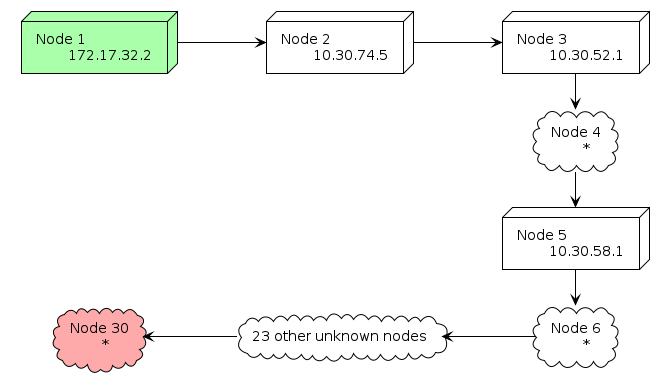
Above: assignment-5/images/part4.plantuml.png in zachporter1999/SYSC4602-Assignments (PlantUML), before the change. The source it was exported from:
```plantuml
@startuml

left to right direction
!theme plain

node  node1    as "Node 1\n\t172.17.32.2" #aaffaa
node  node2    as "Node 2\n\t10.30.74.5"
node  node3    as "Node 3\n\t10.30.52.1"
cloud node4    as "Node 4\n\t*"
node  node5    as "Node 5\n\t10.30.58.1"
cloud node6    as "Node 6\n\t*"
cloud node7_29 as "23 other unknown nodes"
cloud node30   as "Node 30\n\t*" #ffaaaa

node1 --> node2
node2 --> node3
node3 -r-> node4
node4 -r-> node5
node5 -r-> node6
node6 -u-> node7_29
node7_29 -u-> node30

@enduml
```
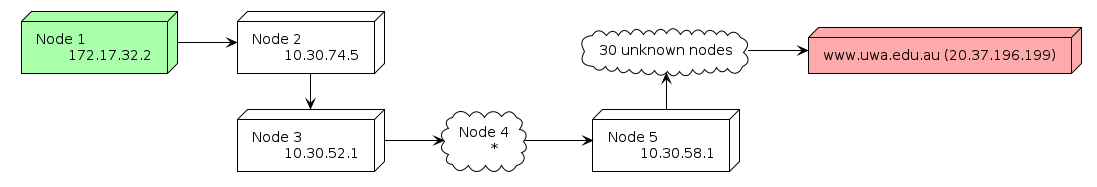
After the commit.

Diff of the diagram source:
```diff
@@ -8,16 +8,14 @@
 node  node3    as "Node 3\n\t10.30.52.1"
 cloud node4    as "Node 4\n\t*"
 node  node5    as "Node 5\n\t10.30.58.1"
-cloud node6    as "Node 6\n\t*"
-cloud node7_29 as "23 other unknown nodes"
-cloud node30   as "Node 30\n\t*" #ffaaaa
+cloud node6_30 as "30 unknown nodes"
+node  node31   as "www.uwa.edu.au (20.37.196.199)" #ffaaaa
 
-node1 --> node2
-node2 --> node3
-node3 -r-> node4
-node4 -r-> node5
-node5 -r-> node6
-node6 -u-> node7_29
-node7_29 -u-> node30
+node1    --> node2
+node2    -r-> node3
+node3    --> node4
+node4    --> node5
+node5    -l-> node6_30
+node6_30 --> node31
 
 @enduml
```
